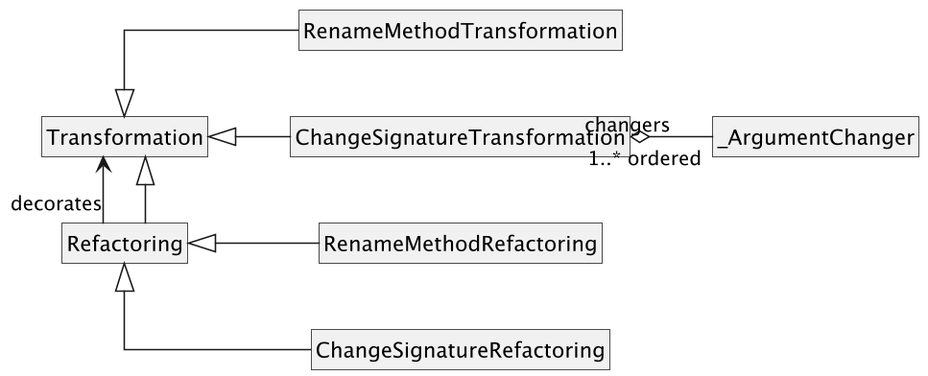
Above: docs/figures/rope-poc-class-diagram.png in balsa-sarenac/rope (PlantUML), before the change. Its diagram source:
```plantuml
@startuml
left to right direction

skinparam monochrome true
skinparam shadowing false
skinparam roundcorner 0
skinparam linetype ortho
skinparam classAttributeIconSize 0
skinparam nodesep 45
skinparam ranksep 55
skinparam dpi 150

hide circle
hide empty members

class Refactoring
class Transformation

class RenameMethodRefactoring
class RenameMethodTransformation

class ChangeSignatureRefactoring
class ChangeSignatureTransformation

class _ArgumentChanger

Transformation <|-- Refactoring
Refactoring -right-> Transformation : decorates

Refactoring <|-- RenameMethodRefactoring
Refactoring <|-- ChangeSignatureRefactoring

Transformation <|-- RenameMethodTransformation
Transformation <|-- ChangeSignatureTransformation

ChangeSignatureTransformation o-- "1..* ordered" _ArgumentChanger : changers

@enduml
```
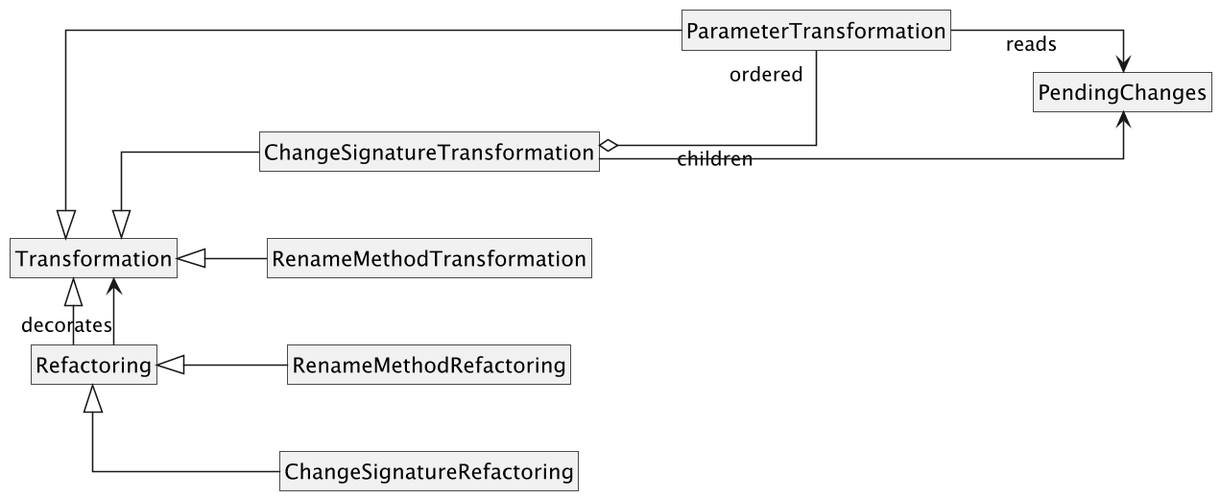
The same file after the commit.

Commit message:
feat: execute composite children against a pending-changes view

Change to the diagram source:
```diff
@@ -21,8 +21,9 @@
 
 class ChangeSignatureRefactoring
 class ChangeSignatureTransformation
+class ParameterTransformation
 
-class _ArgumentChanger
+class PendingChanges
 
 Transformation <|-- Refactoring
 Refactoring -right-> Transformation : decorates
@@ -32,7 +33,10 @@
 
 Transformation <|-- RenameMethodTransformation
 Transformation <|-- ChangeSignatureTransformation
+Transformation <|-- ParameterTransformation
 
-ChangeSignatureTransformation o-- "1..* ordered" _ArgumentChanger : changers
+ChangeSignatureTransformation o-- "ordered" ParameterTransformation : children
+ChangeSignatureTransformation --> PendingChanges
+ParameterTransformation --> PendingChanges : reads
 
 @enduml
```
